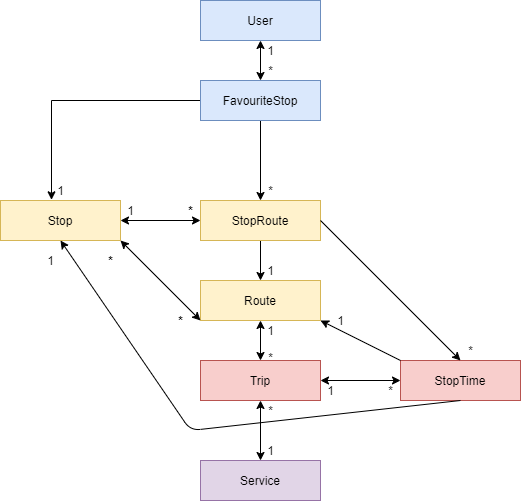
The draw.io diagram api/graphql/schema/diagram.png in danielholmes839/OC-Transpo-GraphQL, before a commit. Source tidied: cells renumbered, new cells last; positions are measured from the earlier drawing's top-left corner, leaving out a move shared by most shapes.
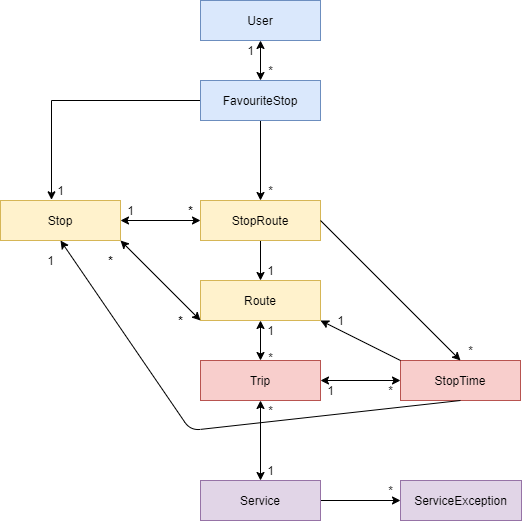
After the commit.

The edit, as a diff of the source:
```diff
@@ -14,14 +14,11 @@
     <mxCell id="5" value="FavouriteStop" style="rounded=0;whiteSpace=wrap;html=1;fillColor=#dae8fc;strokeColor=#6c8ebf;" parent="1" vertex="1">
       <mxGeometry x="200" y="80" width="120" height="40" as="geometry" />
     </mxCell>
-    <mxCell id="6" style="endArrow=classic;startArrow=classic;html=1;entryX=0.5;entryY=1;entryDx=0;entryDy=0;exitX=0.5;exitY=0;exitDx=0;exitDy=0;" parent="1" edge="1" source="5" target="2">
-      <mxGeometry relative="1" as="geometry" />
-    </mxCell>
     <mxCell id="7" value="*&lt;br&gt;" style="text;html=1;align=center;verticalAlign=middle;" parent="1" vertex="1">
       <mxGeometry x="260" y="60" width="20" height="20" as="geometry" />
     </mxCell>
     <mxCell id="8" value="1&lt;br&gt;" style="text;html=1;align=center;verticalAlign=middle;" parent="1" vertex="1">
-      <mxGeometry x="260" y="40" width="20" height="20" as="geometry" />
+      <mxGeometry x="240" y="40" width="20" height="20" as="geometry" />
     </mxCell>
     <mxCell id="9" style="edgeStyle=orthogonalEdgeStyle;rounded=0;jettySize=auto;html=1;exitX=0.5;exitY=1;exitDx=0;exitDy=0;entryX=0.5;entryY=0;entryDx=0;entryDy=0;" parent="1" edge="1" source="10" target="12">
       <mxGeometry relative="1" as="geometry" />
@@ -110,8 +107,11 @@
     <mxCell id="35" value="1" style="text;html=1;align=center;verticalAlign=middle;" parent="1" vertex="1">
       <mxGeometry x="50" y="180" width="20" height="20" as="geometry" />
     </mxCell>
+    <mxCell id="40" style="edgeStyle=orthogonalEdgeStyle;rounded=0;jettySize=auto;html=1;exitX=1;exitY=0.5;exitDx=0;exitDy=0;entryX=0;entryY=0.5;entryDx=0;entryDy=0;" parent="1" edge="1" source="36" target="41">
+      <mxGeometry relative="1" as="geometry" />
+    </mxCell>
     <mxCell id="36" value="Service" style="rounded=0;whiteSpace=wrap;html=1;fillColor=#e1d5e7;strokeColor=#9673a6;" parent="1" vertex="1">
-      <mxGeometry x="200" y="460" width="120" height="40" as="geometry" />
+      <mxGeometry x="200" y="480" width="120" height="40" as="geometry" />
     </mxCell>
     <mxCell id="37" style="endArrow=classic;startArrow=classic;html=1;entryX=0.5;entryY=1;entryDx=0;entryDy=0;exitX=0.5;exitY=0;exitDx=0;exitDy=0;" parent="1" edge="1" source="36" target="19">
       <mxGeometry relative="1" as="geometry" />
@@ -120,7 +120,16 @@
       <mxGeometry x="260" y="400" width="20" height="20" as="geometry" />
     </mxCell>
     <mxCell id="39" value="1" style="text;html=1;align=center;verticalAlign=middle;" parent="1" vertex="1">
-      <mxGeometry x="260" y="440" width="20" height="20" as="geometry" />
+      <mxGeometry x="260" y="460" width="20" height="20" as="geometry" />
     </mxCell>
+    <mxCell id="41" value="ServiceException" style="rounded=0;whiteSpace=wrap;html=1;fillColor=#e1d5e7;strokeColor=#9673a6;" parent="1" vertex="1">
+      <mxGeometry x="400" y="480" width="121" height="40" as="geometry" />
+    </mxCell>
+    <mxCell id="42" value="*&lt;br&gt;" style="text;html=1;align=center;verticalAlign=middle;" parent="1" vertex="1">
+      <mxGeometry x="380" y="480" width="20" height="20" as="geometry" />
+    </mxCell>
+    <mxCell id="6" style="endArrow=classic;startArrow=classic;html=1;exitX=0.5;exitY=0;exitDx=0;exitDy=0;entryX=0.5;entryY=1;entryDx=0;entryDy=0;" parent="1" edge="1" source="5" target="2">
+      <mxGeometry relative="1" as="geometry" />
+    </mxCell>
   </root>
 </mxGraphModel>
```
